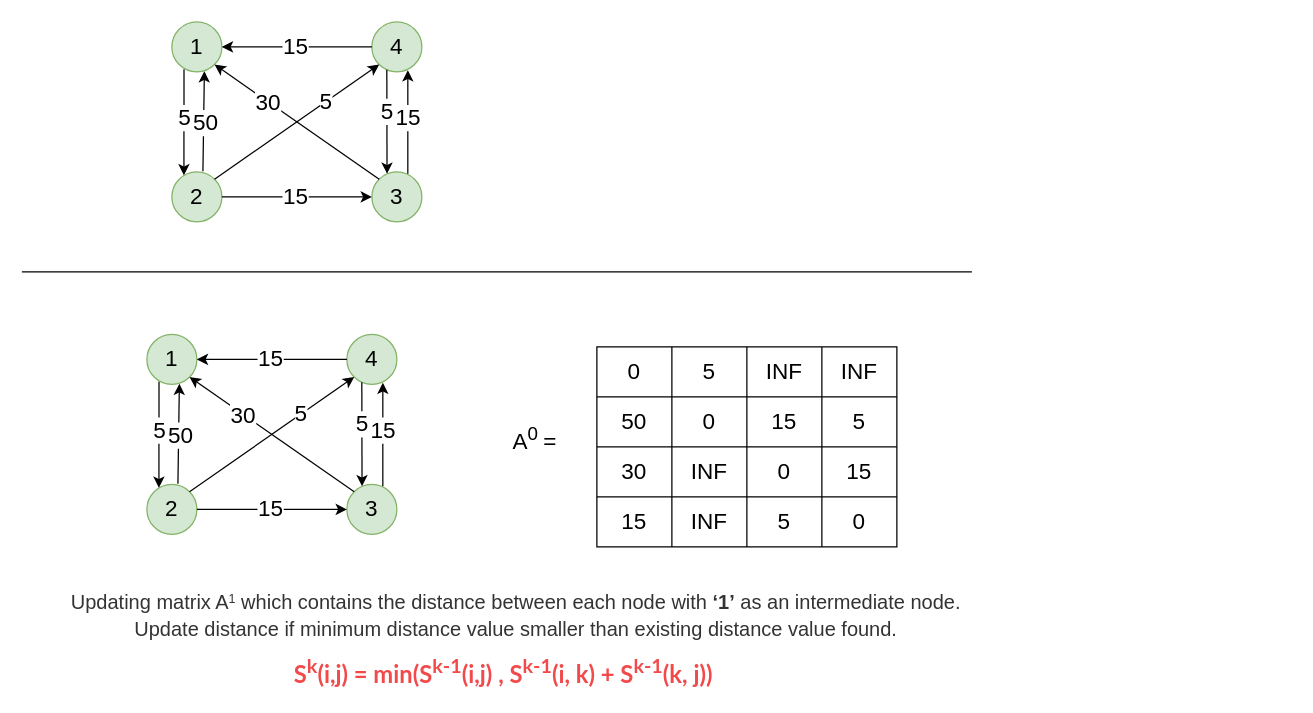
mahendra49/draw-io keeps this draw.io diagram as floyd-warshall.drawio. Above is the earlier version. Source tidied: cells renumbered, new cells numbered last; positions are measured from the earlier drawing's top-left corner, leaving out a move shared by most shapes. Both pictures are drawn from the tidied source at 125%, with x=0, y=0 at pixel (21, 21).
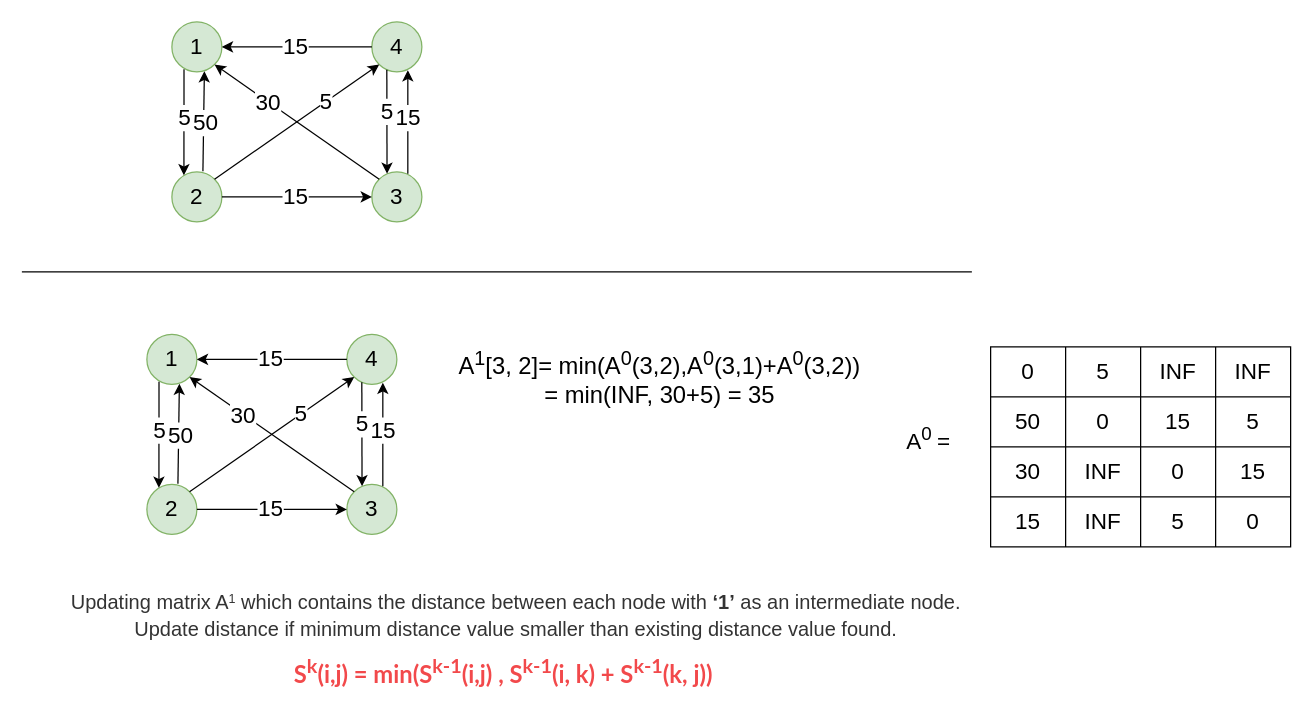
After the change.

Diff of the diagram source:
```diff
@@
     <mxCell id="22" style="shape=table;html=1;whiteSpace=wrap;startSize=0;childLayout=tableLayout;fontSize=18;" parent="1" vertex="1">
-      <mxGeometry x="460" y="260" width="240" height="160" as="geometry" />
+      <mxGeometry x="775" y="260" width="240" height="160" as="geometry" />
     </mxCell>
@@
     <mxCell id="64" value="A&lt;sup&gt;0&lt;/sup&gt;&lt;sub&gt;&amp;nbsp;&lt;/sub&gt;=" style="text;html=1;align=center;verticalAlign=middle;strokeColor=none;fillColor=none;fontSize=18;" parent="1" vertex="1">
-      <mxGeometry x="385" y="315" width="50" height="40" as="geometry" />
+      <mxGeometry x="700" y="315" width="50" height="40" as="geometry" />
     </mxCell>
@@
+    <mxCell id="67" value="A&lt;sup&gt;1&lt;/sup&gt;[3, 2]= min(A&lt;sup&gt;0&lt;/sup&gt;(3,2),A&lt;sup&gt;0&lt;/sup&gt;(3,1)+A&lt;sup&gt;0&lt;/sup&gt;(3,2))&lt;br&gt;= min(INF, 30+5) = 35" style="text;html=1;align=center;verticalAlign=middle;strokeColor=none;fillColor=none;fontSize=19;" parent="1" vertex="1">
+      <mxGeometry x="340" y="255" width="340" height="60" as="geometry" />
+    </mxCell>
```
